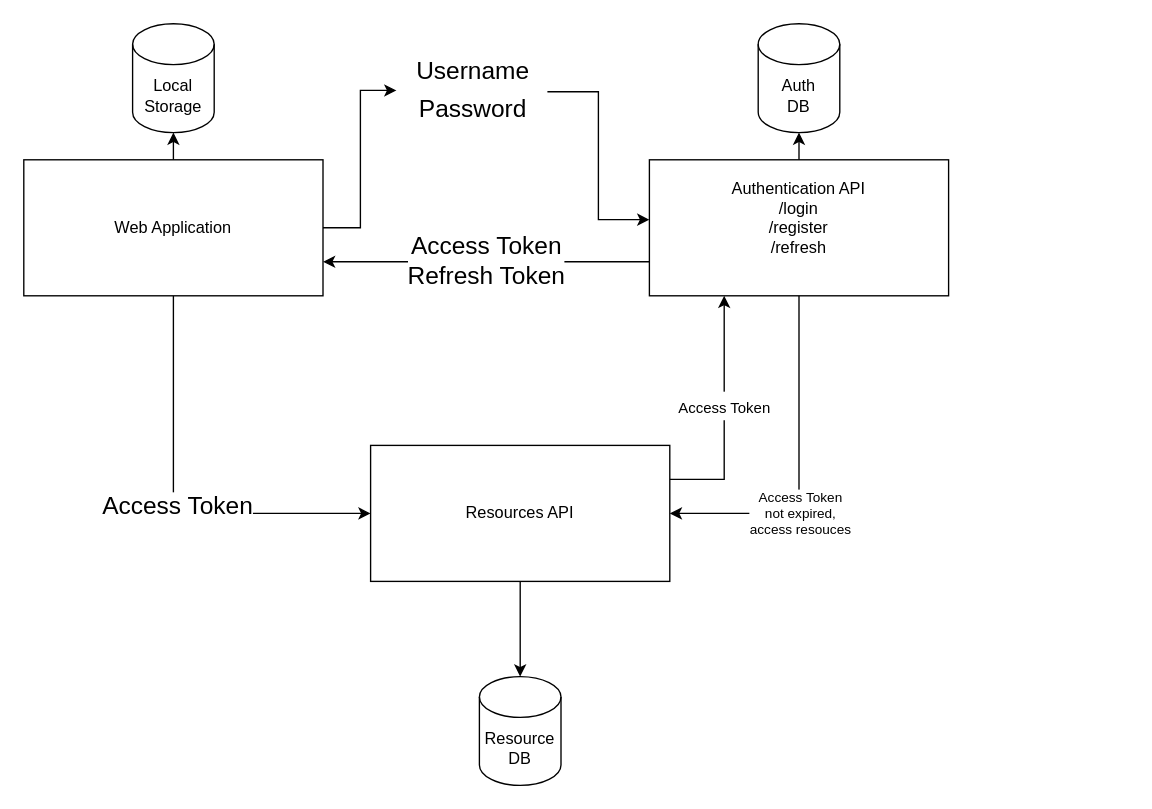
The draw.io diagram Untitled Diagram.drawio in DaveAigbe/authentication, before the edit. Source tidied: cells renumbered, new cells numbered last; positions are measured from the earlier drawing's top-left corner, leaving out a move shared by most shapes. Both pictures are drawn from the tidied source at 136%, with x=0, y=0 at pixel (23, 23).
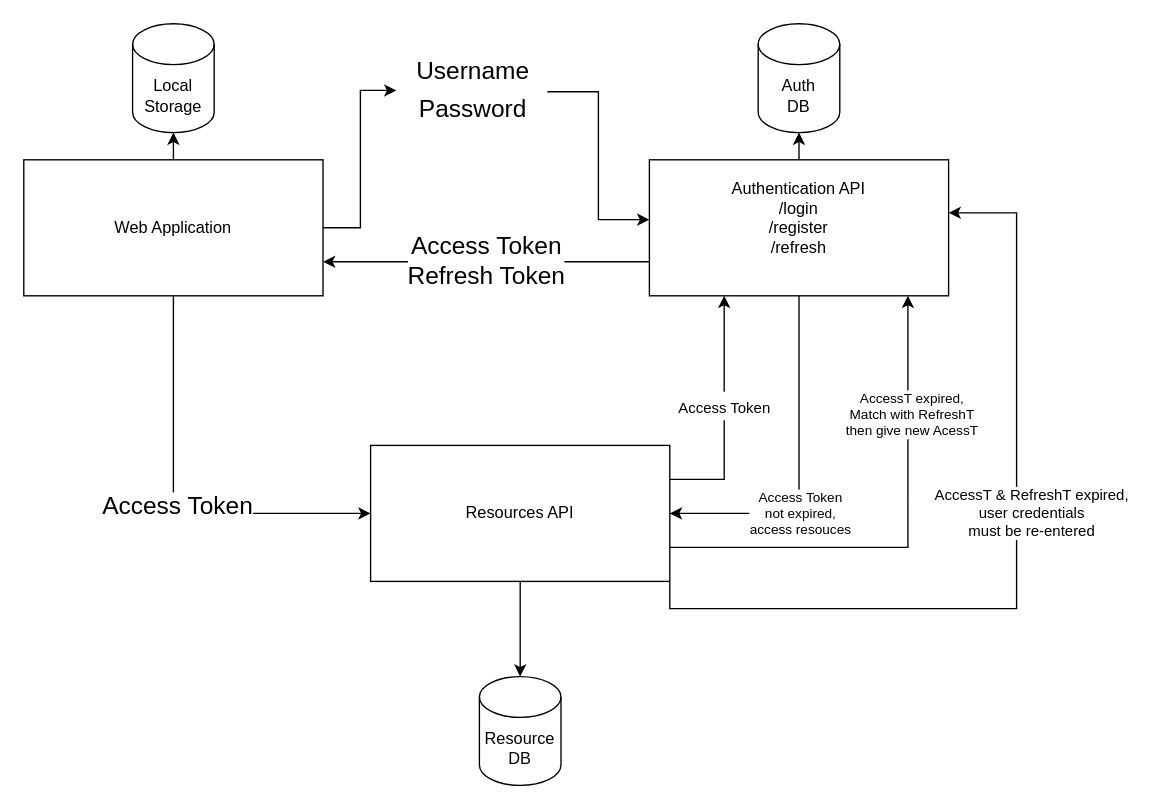
The same diagram, later.

The change refers to these unchanged cells:
```xml
<mxCell id="11" value="Resources API" style="rounded=0;whiteSpace=wrap;html=1;" parent="1" vertex="1">
  <mxGeometry x="255" y="310" width="220" height="100" as="geometry" />
</mxCell>
<mxCell id="16" value="&lt;div&gt;Authentication API&lt;/div&gt;&lt;div&gt;/login&lt;/div&gt;&lt;div&gt;/register&lt;/div&gt;&lt;div&gt;/refresh&lt;/div&gt;&lt;div&gt;&lt;br&gt;&lt;/div&gt;" style="rounded=0;whiteSpace=wrap;html=1;" parent="1" vertex="1">
  <mxGeometry x="460" y="100" width="220" height="100" as="geometry" />
</mxCell>
```

Change to the diagram source:
```diff
@@
+    <mxCell id="21" style="edgeStyle=orthogonalEdgeStyle;rounded=0;jettySize=auto;html=1;exitX=1;exitY=0.75;exitDx=0;exitDy=0;entryX=0.864;entryY=1;entryDx=0;entryDy=0;entryPerimeter=0;fontSize=11;" parent="1" edge="1" source="11" target="16">
+      <mxGeometry relative="1" as="geometry" />
+    </mxCell>
+    <mxCell id="22" style="edgeStyle=orthogonalEdgeStyle;rounded=0;jettySize=auto;html=1;exitX=1;exitY=1;exitDx=0;exitDy=0;entryX=1;entryY=0.39;entryDx=0;entryDy=0;entryPerimeter=0;fontSize=11;" parent="1" edge="1" source="11" target="16">
+      <mxGeometry relative="1" as="geometry">
+        <Array as="points">
+          <mxPoint x="475" y="430" />
+          <mxPoint x="730" y="430" />
+          <mxPoint x="730" y="139" />
+        </Array>
+      </mxGeometry>
+    </mxCell>
+    <mxCell id="23" value="&lt;div&gt;AccessT &amp;amp; RefreshT expired,&lt;/div&gt;&lt;div&gt;user credentials &lt;br&gt;&lt;/div&gt;&lt;div&gt;must be re-entered&lt;br&gt;&lt;/div&gt;" style="edgeLabel;html=1;align=center;verticalAlign=middle;fontSize=11;" parent="22" vertex="1">
+      <mxGeometry x="0.33" y="-1" relative="1" as="geometry">
+        <mxPoint x="9" y="64" as="offset" />
+      </mxGeometry>
+    </mxCell>
@@
+    <mxCell id="24" value="&lt;div style=&quot;font-size: 10px;&quot;&gt;AccessT expired,&lt;/div&gt;&lt;div style=&quot;font-size: 10px;&quot;&gt;Match with RefreshT&lt;/div&gt;&lt;div style=&quot;font-size: 10px;&quot;&gt;then give new AcessT&lt;br style=&quot;font-size: 10px;&quot;&gt;&lt;/div&gt;" style="edgeLabel;html=1;align=center;verticalAlign=middle;fontSize=10;" parent="1" vertex="1">
+      <mxGeometry x="650" y="290" as="geometry">
+        <mxPoint x="2" y="-4" as="offset" />
+      </mxGeometry>
+    </mxCell>
```
